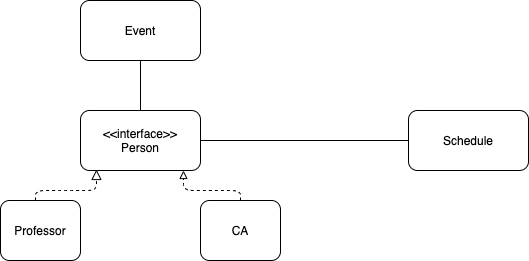
This is docs/image.png from kavbansal/prioriteams, a draw.io export, as it was before one commit. Source tidied: cells renumbered, new cells last; positions are measured from the earlier drawing's top-left corner, leaving out a move shared by most shapes. The source it was exported from:
```xml
<mxGraphModel>
  <root>
    <mxCell id="0" />
    <mxCell id="1" parent="0" />
    <mxCell id="2" style="edgeStyle=orthogonalEdgeStyle;rounded=0;jettySize=auto;html=1;exitX=1;exitY=0.5;exitDx=0;exitDy=0;entryX=0;entryY=0.5;entryDx=0;entryDy=0;endArrow=none;endFill=0;" parent="1" edge="1" source="4" target="9">
      <mxGeometry relative="1" as="geometry" />
    </mxCell>
    <mxCell id="3" style="edgeStyle=orthogonalEdgeStyle;rounded=0;jettySize=auto;html=1;exitX=0.5;exitY=0;exitDx=0;exitDy=0;endArrow=none;endFill=0;" parent="1" edge="1" source="4">
      <mxGeometry relative="1" as="geometry">
        <mxPoint x="140" y="60" as="targetPoint" />
      </mxGeometry>
    </mxCell>
    <mxCell id="4" value="&amp;lt;&amp;lt;interface&amp;gt;&amp;gt;&lt;br&gt;Person" style="rounded=1;whiteSpace=wrap;html=1;" parent="1" vertex="1">
      <mxGeometry x="80" y="110" width="120" height="60" as="geometry" />
    </mxCell>
    <mxCell id="5" style="edgeStyle=orthogonalEdgeStyle;rounded=1;jettySize=auto;html=1;exitX=0.5;exitY=0;exitDx=0;exitDy=0;entryX=0.858;entryY=1;entryDx=0;entryDy=0;dashed=1;endArrow=block;endFill=0;entryPerimeter=0;" parent="1" edge="1" source="6" target="4">
      <mxGeometry relative="1" as="geometry">
        <Array as="points">
          <mxPoint x="240" y="190" />
          <mxPoint x="183" y="190" />
        </Array>
      </mxGeometry>
    </mxCell>
    <mxCell id="6" value="CA" style="rounded=1;whiteSpace=wrap;html=1;" parent="1" vertex="1">
      <mxGeometry x="200" y="200" width="80" height="60" as="geometry" />
    </mxCell>
    <mxCell id="7" style="edgeStyle=orthogonalEdgeStyle;rounded=0;jettySize=auto;html=1;exitX=0.5;exitY=0;exitDx=0;exitDy=0;" parent="1" edge="1" source="8">
      <mxGeometry relative="1" as="geometry">
        <mxPoint x="40" y="200" as="targetPoint" />
      </mxGeometry>
    </mxCell>
    <mxCell id="8" value="Professor" style="rounded=1;whiteSpace=wrap;html=1;" parent="1" vertex="1">
      <mxGeometry y="200" width="80" height="60" as="geometry" />
    </mxCell>
    <mxCell id="9" value="Schedule" style="rounded=1;whiteSpace=wrap;html=1;" parent="1" vertex="1">
      <mxGeometry x="408" y="110" width="120" height="60" as="geometry" />
    </mxCell>
    <mxCell id="10" value="Event" style="rounded=1;whiteSpace=wrap;html=1;" parent="1" vertex="1">
      <mxGeometry x="80" width="120" height="60" as="geometry" />
    </mxCell>
    <mxCell id="11" style="endArrow=block;dashed=1;endFill=0;endSize=8;html=1;startSize=6;entryX=0.133;entryY=0.983;entryDx=0;entryDy=0;entryPerimeter=0;" parent="1" edge="1" target="4">
      <mxGeometry relative="1" as="geometry">
        <mxPoint x="35" y="200" as="sourcePoint" />
        <Array as="points">
          <mxPoint x="35" y="190" />
          <mxPoint x="65" y="190" />
          <mxPoint x="96" y="190" />
        </Array>
      </mxGeometry>
    </mxCell>
  </root>
</mxGraphModel>
```
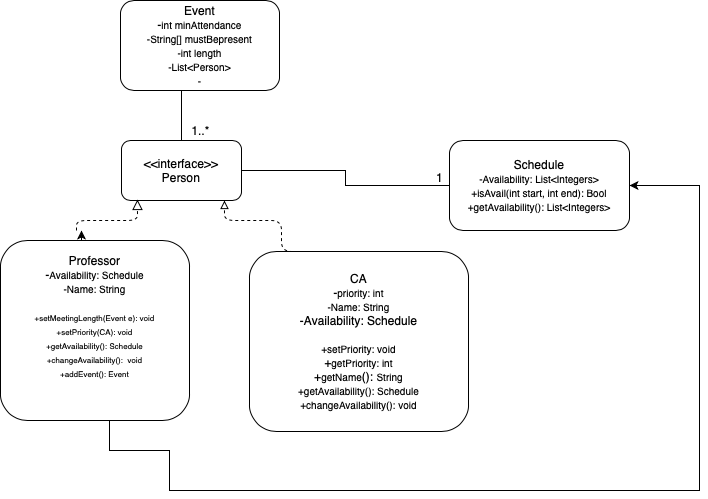
The same file after the commit.

Change to the diagram source:
```diff
@@ -21,22 +21,33 @@
         </Array>
       </mxGeometry>
     </mxCell>
+    <mxCell id="12" style="edgeStyle=orthogonalEdgeStyle;rounded=0;jettySize=auto;html=1;" parent="1" edge="1" source="8" target="9">
+      <mxGeometry relative="1" as="geometry">
+        <Array as="points">
+          <mxPoint x="68" y="420" />
+          <mxPoint x="128" y="420" />
+          <mxPoint x="128" y="460" />
+          <mxPoint x="658" y="460" />
+          <mxPoint x="658" y="155" />
+        </Array>
+      </mxGeometry>
+    </mxCell>
-    <mxCell id="6" value="CA" style="rounded=1;whiteSpace=wrap;html=1;" parent="1" vertex="1">
-      <mxGeometry x="200" y="200" width="80" height="60" as="geometry" />
+    <mxCell id="6" value="CA&lt;br&gt;-&lt;font style=&quot;font-size: 10px&quot;&gt;priority: int&lt;br&gt;-Name: String&lt;/font&gt;&lt;br&gt;-Availability: Schedule&lt;font size=&quot;1&quot;&gt;&lt;br&gt;&lt;/font&gt;&lt;br&gt;&lt;font size=&quot;1&quot;&gt;+setPriority: void&lt;br&gt;&lt;/font&gt;+&lt;font size=&quot;1&quot;&gt;getPriority: int&lt;br&gt;&lt;/font&gt;&lt;font&gt;+&lt;/font&gt;&lt;font style=&quot;font-size: 10px&quot;&gt;getName&lt;/font&gt;(): &lt;font style=&quot;font-size: 10px&quot;&gt;String&lt;/font&gt;&lt;font size=&quot;1&quot;&gt;&lt;br&gt;+getAvailability(): Schedule&lt;br&gt;+changeAvailability(): void&lt;br&gt;&lt;/font&gt;" style="rounded=1;whiteSpace=wrap;html=1;" parent="1" vertex="1">
+      <mxGeometry x="208" y="221" width="219" height="180" as="geometry" />
     </mxCell>
     <mxCell id="7" style="edgeStyle=orthogonalEdgeStyle;rounded=0;jettySize=auto;html=1;exitX=0.5;exitY=0;exitDx=0;exitDy=0;" parent="1" edge="1" source="8">
       <mxGeometry relative="1" as="geometry">
         <mxPoint x="40" y="200" as="targetPoint" />
       </mxGeometry>
     </mxCell>
-    <mxCell id="8" value="Professor" style="rounded=1;whiteSpace=wrap;html=1;" parent="1" vertex="1">
-      <mxGeometry y="200" width="80" height="60" as="geometry" />
+    <mxCell id="8" value="Professor&lt;br&gt;-&lt;font size=&quot;1&quot;&gt;Availability: Schedule&lt;/font&gt;&lt;br style=&quot;font-size: 11px&quot;&gt;&lt;font size=&quot;1&quot;&gt;-Name: String&lt;br&gt;&lt;/font&gt;&lt;br style=&quot;font-size: 11px&quot;&gt;&lt;font style=&quot;font-size: 8px&quot;&gt;+setMeetingLength(Event e): void&lt;br&gt;+setPriority(CA): void&lt;br&gt;+getAvailability(): Schedule&lt;br&gt;+changeAvailability(): &amp;nbsp;void&lt;br&gt;+addEvent(): Event&lt;br&gt;&lt;br&gt;&lt;br&gt;&lt;/font&gt;" style="rounded=1;whiteSpace=wrap;html=1;" parent="1" vertex="1">
+      <mxGeometry x="-41" y="210" width="189" height="180" as="geometry" />
     </mxCell>
-    <mxCell id="9" value="Schedule" style="rounded=1;whiteSpace=wrap;html=1;" parent="1" vertex="1">
-      <mxGeometry x="408" y="110" width="120" height="60" as="geometry" />
+    <mxCell id="9" value="Schedule&lt;br&gt;&lt;font style=&quot;font-size: 10px&quot;&gt;-Availability: List&amp;lt;Integers&amp;gt;&lt;br&gt;+isAvail(int start, int end): Bool&lt;br&gt;+getAvailability(): List&amp;lt;Integers&amp;gt;&lt;br&gt;&lt;/font&gt;" style="rounded=1;whiteSpace=wrap;html=1;" parent="1" vertex="1">
+      <mxGeometry x="408" y="110" width="180" height="90" as="geometry" />
     </mxCell>
-    <mxCell id="10" value="Event" style="rounded=1;whiteSpace=wrap;html=1;" parent="1" vertex="1">
-      <mxGeometry x="80" width="120" height="60" as="geometry" />
+    <mxCell id="10" value="Event&lt;br&gt;-&lt;font size=&quot;1&quot;&gt;int minAttendance&lt;br&gt;-String[] mustBepresent&lt;br&gt;-int length&lt;br&gt;-List&amp;lt;Person&amp;gt;&lt;br&gt;-&lt;br&gt;&lt;/font&gt;" style="rounded=1;whiteSpace=wrap;html=1;" parent="1" vertex="1">
+      <mxGeometry x="79" y="-30" width="159" height="90" as="geometry" />
     </mxCell>
     <mxCell id="11" style="endArrow=block;dashed=1;endFill=0;endSize=8;html=1;startSize=6;entryX=0.133;entryY=0.983;entryDx=0;entryDy=0;entryPerimeter=0;" parent="1" edge="1" target="4">
       <mxGeometry relative="1" as="geometry">
@@ -48,5 +59,11 @@
         </Array>
       </mxGeometry>
     </mxCell>
+    <mxCell id="13" value="1" style="text;html=1;align=center;verticalAlign=middle;" parent="1" vertex="1">
+      <mxGeometry x="388" y="137" width="20" height="20" as="geometry" />
+    </mxCell>
+    <mxCell id="14" value="1..*" style="text;html=1;align=center;verticalAlign=middle;" parent="1" vertex="1">
+      <mxGeometry x="143.5" y="90" width="30" height="20" as="geometry" />
+    </mxCell>
   </root>
 </mxGraphModel>
```
